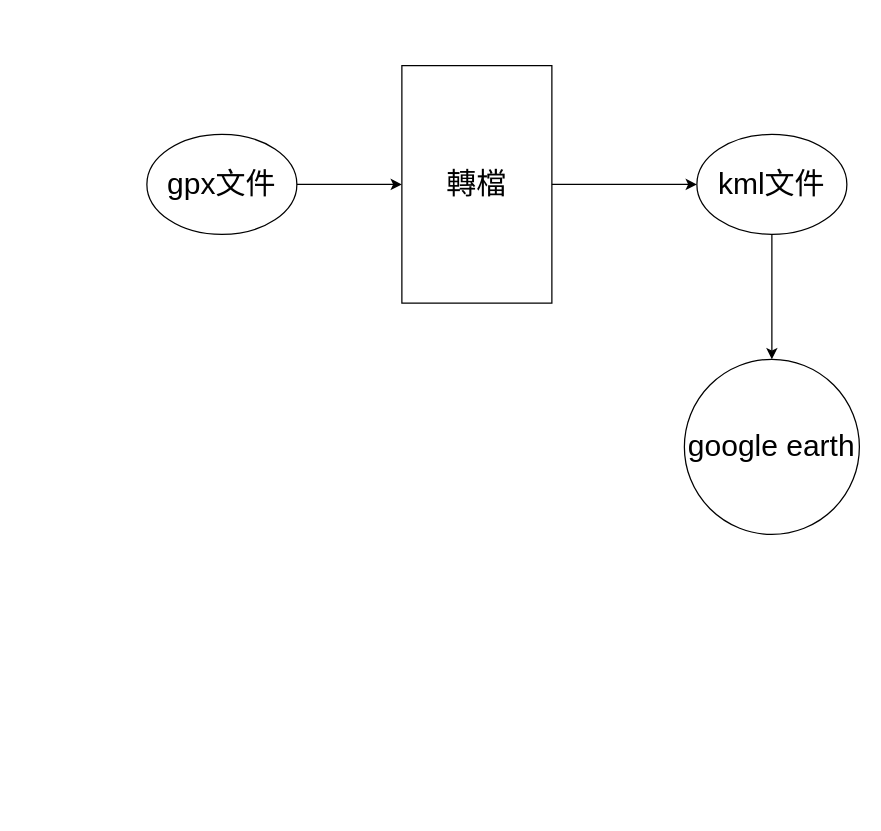
This is 3d展示.drawio from pengzhen80/PigeonRace, a draw.io file, before an edit. Source tidied: cells renumbered, new cells numbered last; positions are measured from the earlier drawing's top-left corner, leaving out a move shared by most shapes. Both pictures are drawn from the tidied source at 125%, with x=0, y=0 at pixel (146, 65).
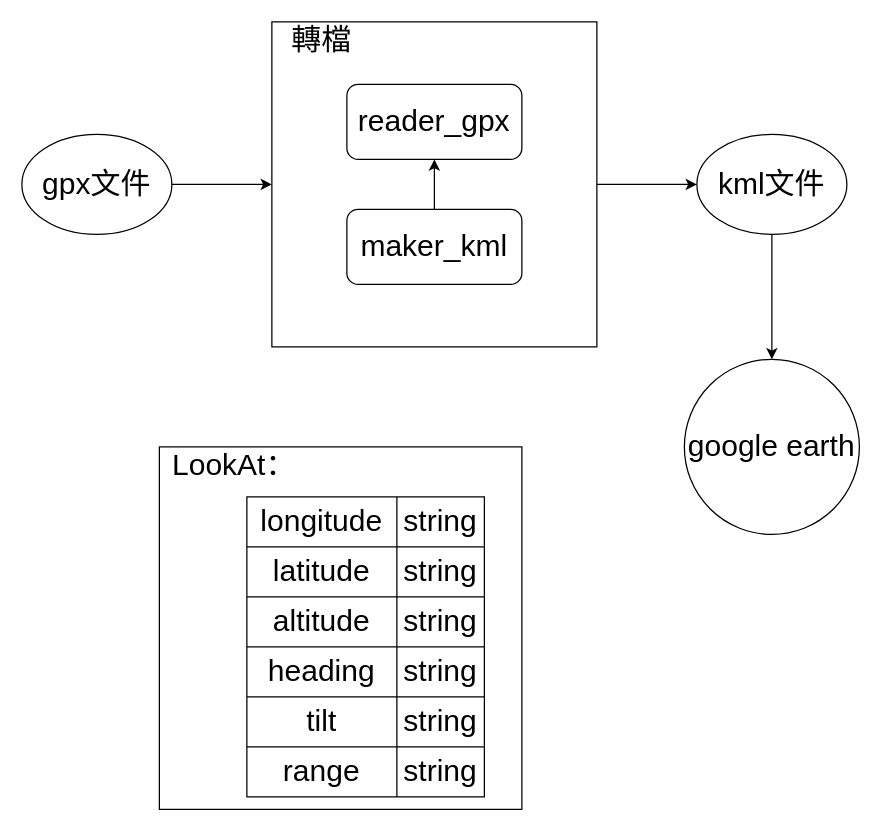
After the change.

Change to the diagram source:
```diff
@@
+    <mxCell id="9" style="whiteSpace=wrap;html=1;fontSize=24;" parent="1" vertex="1">
+      <mxGeometry x="10" y="305" width="290" height="290" as="geometry" />
+    </mxCell>
     <mxCell id="2" value="&lt;font style=&quot;font-size: 24px&quot;&gt;gpx文件&lt;/font&gt;" style="ellipse;whiteSpace=wrap;html=1;" parent="1" vertex="1">
-      <mxGeometry y="55" width="120" height="80" as="geometry" />
+      <mxGeometry x="-100" y="55" width="120" height="80" as="geometry" />
     </mxCell>
-    <mxCell id="3" value="轉檔" style="rounded=0;whiteSpace=wrap;html=1;fontSize=24;" parent="1" vertex="1">
-      <mxGeometry x="204" width="120" height="190" as="geometry" />
+    <mxCell id="3" style="rounded=0;whiteSpace=wrap;html=1;fontSize=24;" parent="1" vertex="1">
+      <mxGeometry x="100" y="-35" width="260" height="260" as="geometry" />
     </mxCell>
@@
+    <mxCell id="10" value="轉檔" style="text;html=1;strokeColor=none;fillColor=none;align=center;verticalAlign=middle;whiteSpace=wrap;rounded=0;fontSize=24;" parent="1" vertex="1">
+      <mxGeometry x="110" y="-35" width="60" height="30" as="geometry" />
+    </mxCell>
+    <mxCell id="11" value="reader_gpx" style="rounded=1;whiteSpace=wrap;html=1;fontSize=24;" parent="1" vertex="1">
+      <mxGeometry x="160" y="15" width="140" height="60" as="geometry" />
+    </mxCell>
+    <mxCell id="12" style="edgeStyle=orthogonalEdgeStyle;rounded=0;jettySize=auto;html=1;fontSize=24;" parent="1" edge="1" source="13" target="11">
+      <mxGeometry relative="1" as="geometry" />
+    </mxCell>
+    <mxCell id="13" value="maker_kml" style="rounded=1;whiteSpace=wrap;html=1;fontSize=24;" parent="1" vertex="1">
+      <mxGeometry x="160" y="115" width="140" height="60" as="geometry" />
+    </mxCell>
+    <mxCell id="14" style="shape=table;startSize=0;childLayout=tableLayout;fontSize=24;" parent="1" vertex="1">
+      <mxGeometry x="80" y="345" width="190" height="240" as="geometry" />
+    </mxCell>
+    <mxCell id="15" style="shape=tableRow;horizontal=0;startSize=0;swimlaneHead=0;swimlaneBody=0;top=0;left=0;bottom=0;right=0;fillColor=none;fontSize=24;" parent="14" vertex="1">
+      <mxGeometry width="190" height="40" as="geometry" />
+    </mxCell>
+    <mxCell id="16" value="longitude" style="shape=partialRectangle;html=1;whiteSpace=wrap;overflow=hidden;fillColor=none;top=0;left=0;bottom=0;right=0;fontSize=24;" parent="15" vertex="1">
+      <mxGeometry width="120" height="40" as="geometry" />
+    </mxCell>
+    <mxCell id="17" value="string" style="shape=partialRectangle;html=1;whiteSpace=wrap;overflow=hidden;fillColor=none;top=0;left=0;bottom=0;right=0;fontSize=24;" parent="15" vertex="1">
+      <mxGeometry x="120" width="70" height="40" as="geometry" />
+    </mxCell>
+    <mxCell id="18" style="shape=tableRow;horizontal=0;startSize=0;swimlaneHead=0;swimlaneBody=0;top=0;left=0;bottom=0;right=0;fillColor=none;fontSize=24;" parent="14" vertex="1">
+      <mxGeometry y="40" width="190" height="40" as="geometry" />
+    </mxCell>
+    <mxCell id="19" value="latitude" style="shape=partialRectangle;html=1;whiteSpace=wrap;overflow=hidden;fillColor=none;top=0;left=0;bottom=0;right=0;fontSize=24;" parent="18" vertex="1">
+      <mxGeometry width="120" height="40" as="geometry" />
+    </mxCell>
+    <mxCell id="20" value="string" style="shape=partialRectangle;html=1;whiteSpace=wrap;overflow=hidden;fillColor=none;top=0;left=0;bottom=0;right=0;fontSize=24;" parent="18" vertex="1">
+      <mxGeometry x="120" width="70" height="40" as="geometry" />
+    </mxCell>
+    <mxCell id="21" style="shape=tableRow;horizontal=0;startSize=0;swimlaneHead=0;swimlaneBody=0;top=0;left=0;bottom=0;right=0;fillColor=none;fontSize=24;" parent="14" vertex="1">
+      <mxGeometry y="80" width="190" height="40" as="geometry" />
+    </mxCell>
+    <mxCell id="22" value="altitude" style="shape=partialRectangle;html=1;whiteSpace=wrap;overflow=hidden;fillColor=none;top=0;left=0;bottom=0;right=0;fontSize=24;" parent="21" vertex="1">
+      <mxGeometry width="120" height="40" as="geometry" />
+    </mxCell>
+    <mxCell id="23" value="string" style="shape=partialRectangle;html=1;whiteSpace=wrap;overflow=hidden;fillColor=none;top=0;left=0;bottom=0;right=0;fontSize=24;" parent="21" vertex="1">
+      <mxGeometry x="120" width="70" height="40" as="geometry" />
+    </mxCell>
+    <mxCell id="24" style="shape=tableRow;horizontal=0;startSize=0;swimlaneHead=0;swimlaneBody=0;top=0;left=0;bottom=0;right=0;fillColor=none;fontSize=24;" parent="14" vertex="1">
+      <mxGeometry y="120" width="190" height="40" as="geometry" />
+    </mxCell>
+    <mxCell id="25" value="heading" style="shape=partialRectangle;html=1;whiteSpace=wrap;overflow=hidden;fillColor=none;top=0;left=0;bottom=0;right=0;fontSize=24;" parent="24" vertex="1">
+      <mxGeometry width="120" height="40" as="geometry" />
+    </mxCell>
+    <mxCell id="26" value="string" style="shape=partialRectangle;html=1;whiteSpace=wrap;overflow=hidden;fillColor=none;top=0;left=0;bottom=0;right=0;fontSize=24;" parent="24" vertex="1">
+      <mxGeometry x="120" width="70" height="40" as="geometry" />
+    </mxCell>
+    <mxCell id="27" style="shape=tableRow;horizontal=0;startSize=0;swimlaneHead=0;swimlaneBody=0;top=0;left=0;bottom=0;right=0;fillColor=none;fontSize=24;" parent="14" vertex="1">
+      <mxGeometry y="160" width="190" height="40" as="geometry" />
+    </mxCell>
+    <mxCell id="28" value="tilt" style="shape=partialRectangle;html=1;whiteSpace=wrap;overflow=hidden;fillColor=none;top=0;left=0;bottom=0;right=0;fontSize=24;" parent="27" vertex="1">
+      <mxGeometry width="120" height="40" as="geometry" />
+    </mxCell>
+    <mxCell id="29" value="string" style="shape=partialRectangle;html=1;whiteSpace=wrap;overflow=hidden;fillColor=none;top=0;left=0;bottom=0;right=0;fontSize=24;" parent="27" vertex="1">
+      <mxGeometry x="120" width="70" height="40" as="geometry" />
+    </mxCell>
+    <mxCell id="30" style="shape=tableRow;horizontal=0;startSize=0;swimlaneHead=0;swimlaneBody=0;top=0;left=0;bottom=0;right=0;fillColor=none;fontSize=24;" parent="14" vertex="1">
+      <mxGeometry y="200" width="190" height="40" as="geometry" />
+    </mxCell>
+    <mxCell id="31" value="range" style="shape=partialRectangle;html=1;whiteSpace=wrap;overflow=hidden;fillColor=none;top=0;left=0;bottom=0;right=0;fontSize=24;" parent="30" vertex="1">
+      <mxGeometry width="120" height="40" as="geometry" />
+    </mxCell>
+    <mxCell id="32" value="string" style="shape=partialRectangle;html=1;whiteSpace=wrap;overflow=hidden;fillColor=none;top=0;left=0;bottom=0;right=0;fontSize=24;" parent="30" vertex="1">
+      <mxGeometry x="120" width="70" height="40" as="geometry" />
+    </mxCell>
+    <mxCell id="33" value="LookAt：" style="text;html=1;strokeColor=none;fillColor=none;align=center;verticalAlign=middle;whiteSpace=wrap;rounded=0;fontSize=24;" parent="1" vertex="1">
+      <mxGeometry x="40" y="305" width="60" height="30" as="geometry" />
+    </mxCell>
```
